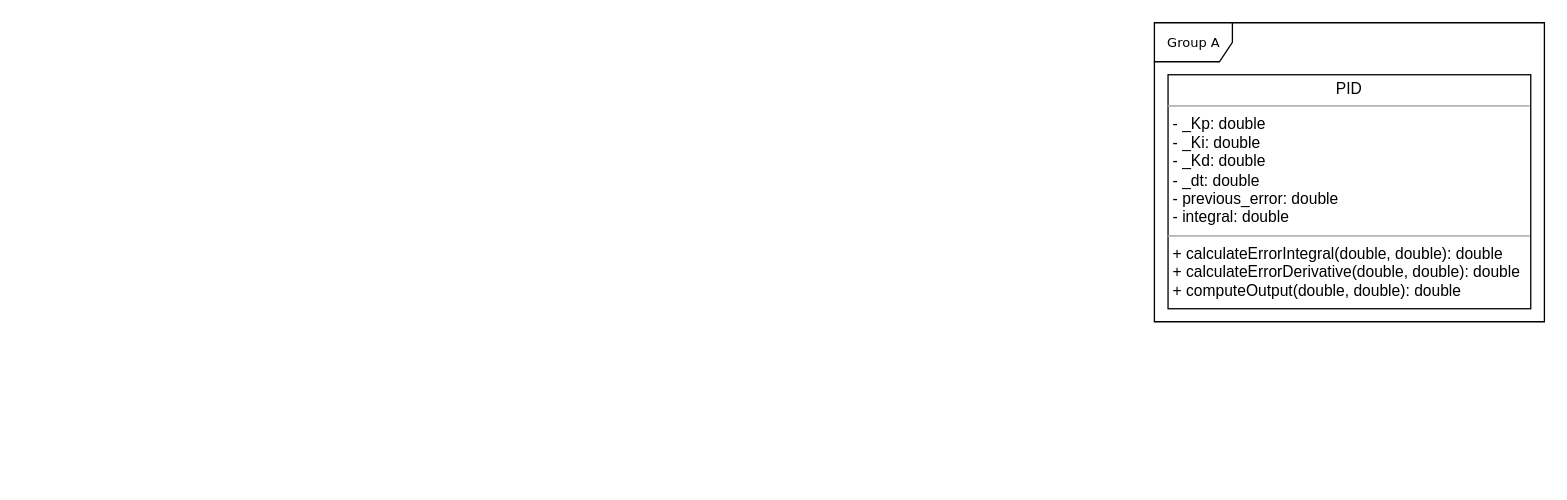
The draw.io diagram UML/PID-Controller_Group-A.drawio in siddharthtelang/PID-Controller, before the edit. Source tidied: cells renumbered, new cells numbered last; positions are measured from the earlier drawing's top-left corner, leaving out a move shared by most shapes. Both pictures are drawn from the tidied source at 130%, with x=0, y=0 at pixel (1153, 22).
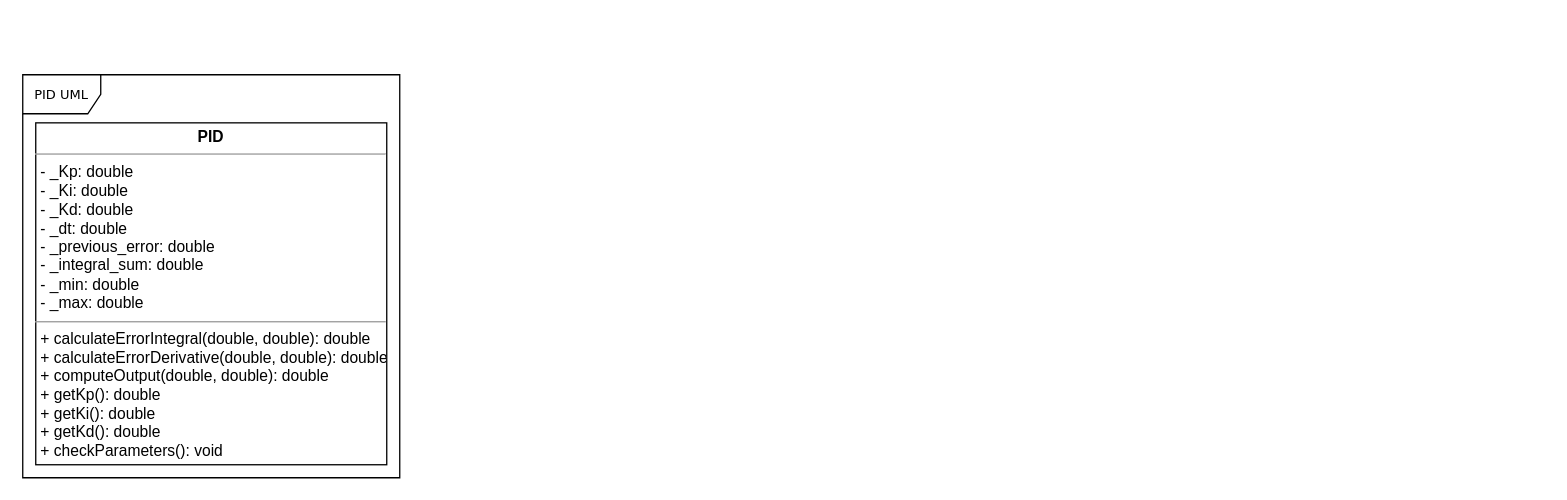
Above is the later version.

Change to the diagram source:
```diff
@@
 <mxGraphModel>
   <root>
     <mxCell id="0" />
     <mxCell id="1" parent="0" />
-    <mxCell id="2" value="&lt;p style=&quot;margin: 0px ; margin-top: 4px ; text-align: center&quot;&gt;PID&lt;/p&gt;&lt;hr size=&quot;1&quot;&gt;&lt;p style=&quot;margin: 0px ; margin-left: 4px&quot;&gt;- _Kp: double&lt;br&gt;- _Ki: double&lt;/p&gt;&lt;p style=&quot;margin: 0px ; margin-left: 4px&quot;&gt;- _Kd: double&lt;/p&gt;&lt;p style=&quot;margin: 0px ; margin-left: 4px&quot;&gt;- _dt: double&lt;/p&gt;&lt;p style=&quot;margin: 0px ; margin-left: 4px&quot;&gt;- previous_error: double&lt;/p&gt;&lt;p style=&quot;margin: 0px ; margin-left: 4px&quot;&gt;- integral: double&lt;/p&gt;&lt;hr size=&quot;1&quot;&gt;&lt;p style=&quot;margin: 0px ; margin-left: 4px&quot;&gt;+ calculateErrorIntegral(double, double): double&lt;/p&gt;&lt;p style=&quot;margin: 0px ; margin-left: 4px&quot;&gt;+ calculateErrorDerivative(double, double): double&lt;/p&gt;&lt;p style=&quot;margin: 0px ; margin-left: 4px&quot;&gt;+ computeOutput(double, double): double&lt;/p&gt;" style="verticalAlign=top;align=left;overflow=fill;fontSize=12;fontFamily=Helvetica;html=1;rounded=0;shadow=0;comic=0;labelBackgroundColor=none;strokeWidth=1;" parent="1" vertex="1">
-      <mxGeometry x="11" y="40" width="279" height="180" as="geometry" />
-    </mxCell>
-    <mxCell id="3" value="Group A" style="shape=umlFrame;whiteSpace=wrap;html=1;rounded=0;shadow=0;comic=0;labelBackgroundColor=none;strokeWidth=1;fontFamily=Verdana;fontSize=10;align=center;" parent="1" vertex="1">
-      <mxGeometry x="0.5" width="300" height="230" as="geometry" />
-    </mxCell>
+    <mxCell id="4" value="PID UML" style="shape=umlFrame;whiteSpace=wrap;html=1;rounded=0;shadow=0;comic=0;labelBackgroundColor=none;strokeWidth=1;fontFamily=Verdana;fontSize=10;align=center;" parent="1" vertex="1">
+      <mxGeometry x="-870" y="40" width="290" height="310" as="geometry" />
+    </mxCell>
+    <mxCell id="5" value="&lt;p style=&quot;margin: 0px ; margin-top: 4px ; text-align: center&quot;&gt;&lt;b&gt;PID&lt;/b&gt;&lt;/p&gt;&lt;hr size=&quot;1&quot;&gt;&lt;p style=&quot;margin: 0px ; margin-left: 4px&quot;&gt;- _Kp: double&lt;br&gt;- _Ki: double&lt;br&gt;&lt;/p&gt;&lt;p style=&quot;margin: 0px ; margin-left: 4px&quot;&gt;- _Kd: double&lt;br&gt;&lt;/p&gt;&lt;p style=&quot;margin: 0px ; margin-left: 4px&quot;&gt;- _dt: double&lt;br&gt;&lt;/p&gt;&lt;p style=&quot;margin: 0px ; margin-left: 4px&quot;&gt;- _previous_error: double&lt;br&gt;&lt;/p&gt;&lt;p style=&quot;margin: 0px ; margin-left: 4px&quot;&gt;- _integral_sum: double&lt;br&gt;&lt;/p&gt;&lt;p style=&quot;margin: 0px ; margin-left: 4px&quot;&gt;- _min: double&lt;br&gt;&lt;/p&gt;&lt;p style=&quot;margin: 0px ; margin-left: 4px&quot;&gt;- _max: double&lt;br&gt;&lt;/p&gt;&lt;hr size=&quot;1&quot;&gt;&lt;p style=&quot;margin: 0px ; margin-left: 4px&quot;&gt;+ calculateErrorIntegral(double, double): double&lt;br&gt;+ calculateErrorDerivative(double, double): double&lt;br&gt;&lt;/p&gt;&lt;p style=&quot;margin: 0px ; margin-left: 4px&quot;&gt;+ computeOutput(double, double): double&lt;br&gt;&lt;/p&gt;&lt;p style=&quot;margin: 0px ; margin-left: 4px&quot;&gt;+ getKp(): double&lt;br&gt;&lt;/p&gt;&lt;p style=&quot;margin: 0px ; margin-left: 4px&quot;&gt;+ getKi(): double&lt;br&gt;&lt;/p&gt;&lt;p style=&quot;margin: 0px ; margin-left: 4px&quot;&gt;+ getKd(): double&lt;br&gt;&lt;/p&gt;&lt;p style=&quot;margin: 0px ; margin-left: 4px&quot;&gt;+ checkParameters(): void&lt;br&gt;&lt;/p&gt;" style="verticalAlign=top;align=left;overflow=fill;fontSize=12;fontFamily=Helvetica;html=1;rounded=0;shadow=0;comic=0;labelBackgroundColor=none;strokeWidth=1;" parent="1" vertex="1">
+      <mxGeometry x="-860" y="77" width="270" height="263" as="geometry" />
+    </mxCell>
   </root>
 </mxGraphModel>
```
